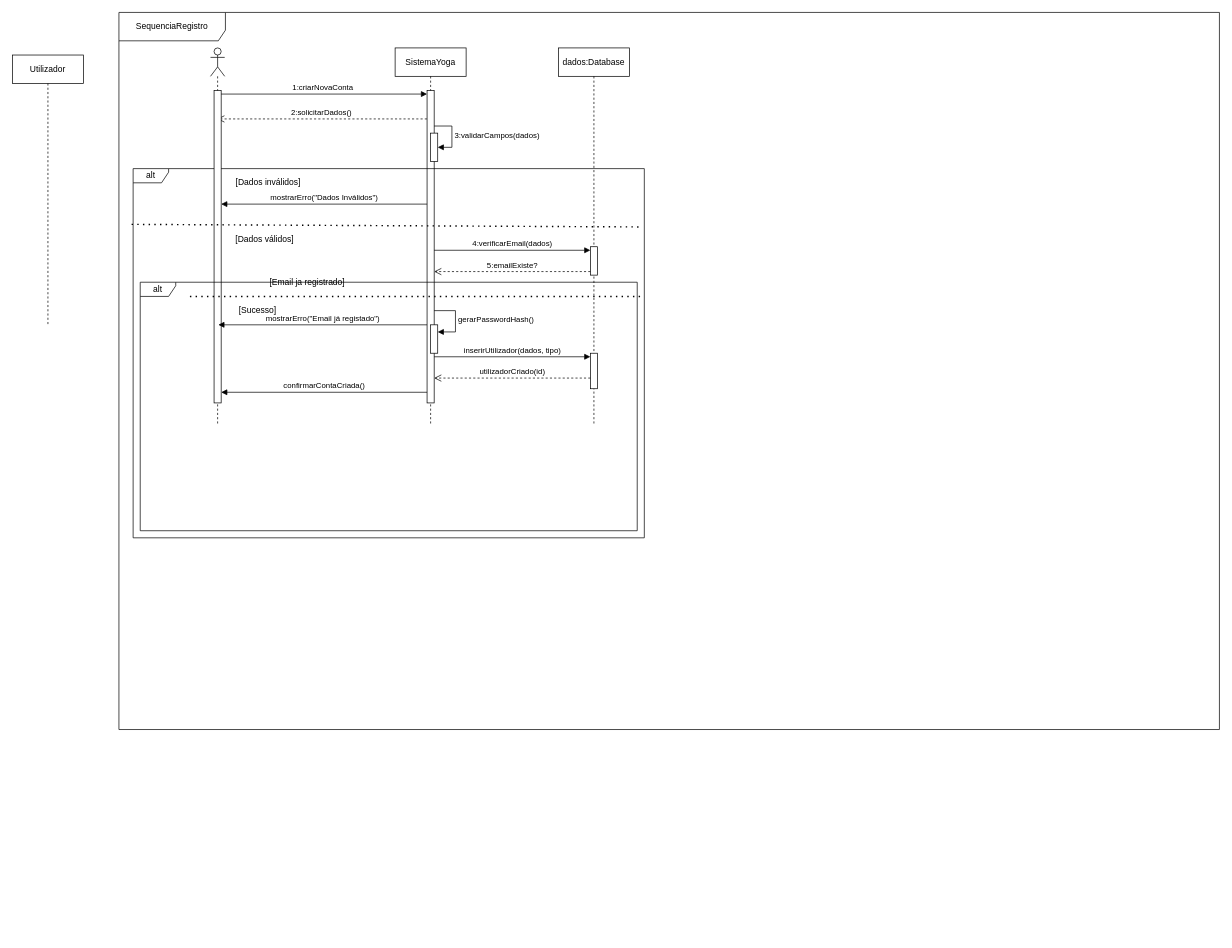
This is page "Sequencia" (4 of 4) of Diagramas UML.drawio from Esmael285/TecWeb26, a draw.io file, before an edit. Source tidied: cells renumbered, new cells numbered last; positions are measured from the earlier drawing's top-left corner, leaving out a move shared by most shapes. Both pictures are drawn from the tidied source at 71%, with x=0, y=0 at pixel (12, 12).
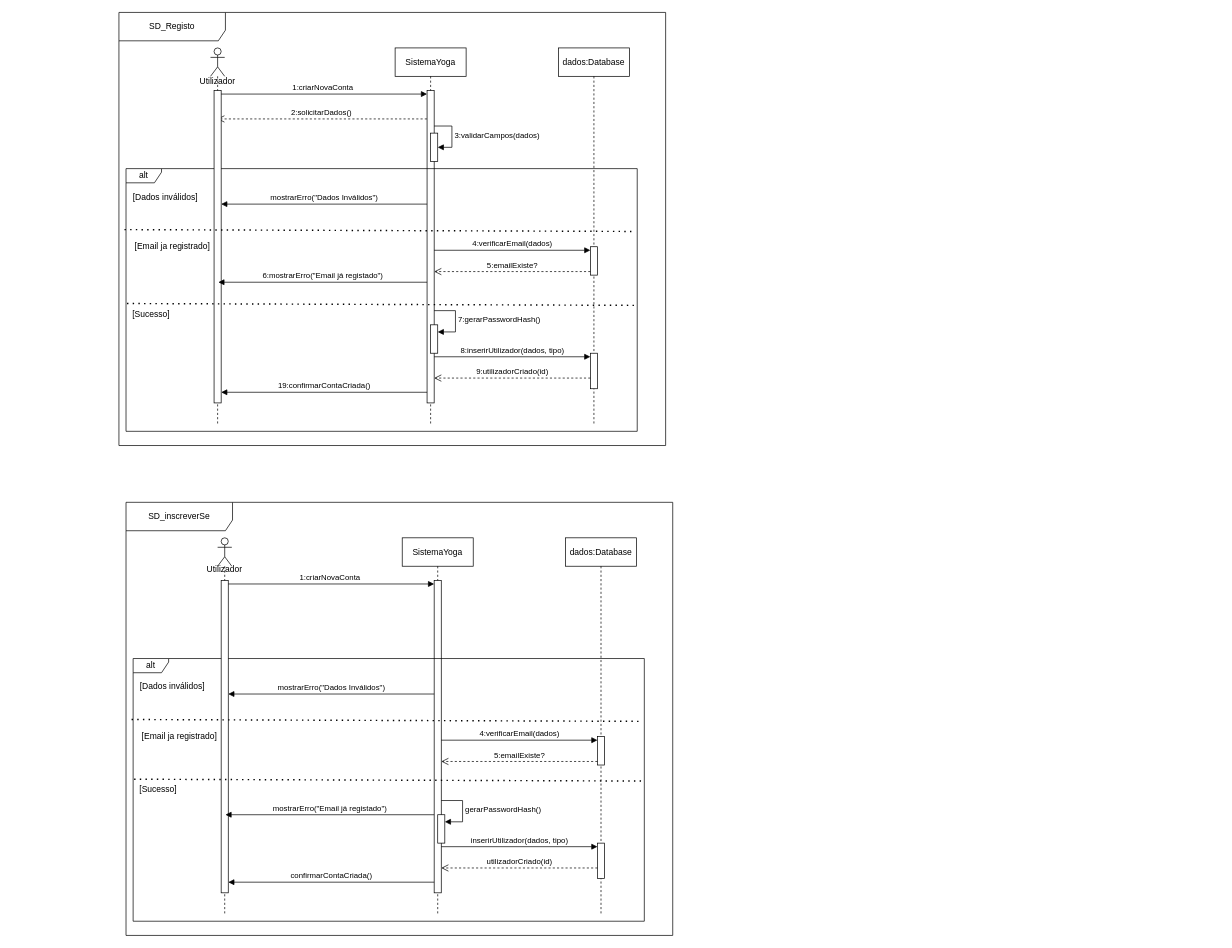
The same page after the edit.

Unchanged cells that the change refers to:
```xml
<mxCell id="4" value="SistemaYoga" style="shape=umlLifeline;perimeter=lifelinePerimeter;whiteSpace=wrap;html=1;newEdgeStyle={&quot;curved&quot;:0,&quot;rounded&quot;:0};" parent="1" vertex="1">
  <mxGeometry x="539" y="50" width="100" height="530" as="geometry" />
</mxCell>
<mxCell id="5" style="html=1;points=[[0,0,0,0,5],[0,1,0,0,-5],[1,0,0,0,5],[1,1,0,0,-5]];perimeter=orthogonalPerimeter;outlineConnect=0;targetShapes=umlLifeline;portConstraint=eastwest;newEdgeStyle={&quot;curved&quot;:0,&quot;rounded&quot;:0};" parent="4" vertex="1">
  <mxGeometry x="45" y="60" width="10" height="440" as="geometry" />
</mxCell>
<mxCell id="8" style="html=1;points=[[0,0,0,0,5],[0,1,0,0,-5],[1,0,0,0,5],[1,1,0,0,-5]];perimeter=orthogonalPerimeter;outlineConnect=0;targetShapes=umlLifeline;portConstraint=eastwest;newEdgeStyle={&quot;curved&quot;:0,&quot;rounded&quot;:0};" parent="4" vertex="1">
  <mxGeometry x="50" y="390" width="10" height="40" as="geometry" />
</mxCell>
<mxCell id="12" style="html=1;points=[[0,0,0,0,5],[0,1,0,0,-5],[1,0,0,0,5],[1,1,0,0,-5]];perimeter=orthogonalPerimeter;outlineConnect=0;targetShapes=umlLifeline;portConstraint=eastwest;newEdgeStyle={&quot;curved&quot;:0,&quot;rounded&quot;:0};" parent="10" vertex="1">
  <mxGeometry x="45" y="430" width="10" height="50" as="geometry" />
</mxCell>
```

Change to the diagram source:
```diff
@@
-    <mxCell id="2" value="SequenciaRegistro" style="shape=umlFrame;whiteSpace=wrap;html=1;width=150;height=40;" parent="1" vertex="1">
-      <mxGeometry x="150" width="1550" height="1010" as="geometry" />
+    <mxCell id="2" value="SD_Registo" style="shape=umlFrame;whiteSpace=wrap;html=1;width=150;height=40;" parent="1" vertex="1">
+      <mxGeometry x="150" width="770" height="610" as="geometry" />
     </mxCell>
-    <mxCell id="3" value="Utilizador" style="shape=umlLifeline;perimeter=lifelinePerimeter;whiteSpace=wrap;html=1;newEdgeStyle={&quot;curved&quot;:0,&quot;rounded&quot;:0};" parent="1" vertex="1">
-      <mxGeometry y="60" width="100" height="380" as="geometry" />
-    </mxCell>
@@
-    <mxCell id="9" value="gerarPasswordHash()" style="html=1;align=left;spacingLeft=2;endArrow=block;rounded=0;edgeStyle=orthogonalEdgeStyle;curved=0;rounded=0;" parent="4" edge="1" target="8">
+    <mxCell id="9" value="7:gerarPasswordHash()" style="html=1;align=left;spacingLeft=2;endArrow=block;rounded=0;edgeStyle=orthogonalEdgeStyle;curved=0;rounded=0;" parent="4" edge="1" target="8">
       <mxGeometry relative="1" as="geometry">
         <mxPoint x="55" y="370" as="sourcePoint" />
         <Array as="points">
           <mxPoint x="85" y="400" />
         </Array>
       </mxGeometry>
     </mxCell>
@@
     <mxCell id="17" value="alt" style="shape=umlFrame;whiteSpace=wrap;html=1;width=50;height=20;" parent="1" vertex="1">
-      <mxGeometry x="170" y="220" width="720" height="520" as="geometry" />
+      <mxGeometry x="160" y="220" width="720" height="370" as="geometry" />
     </mxCell>
-    <mxCell id="18" style="shape=umlLifeline;perimeter=lifelinePerimeter;whiteSpace=wrap;html=1;outlineConnect=0;portConstraint=eastwest;newEdgeStyle={&quot;curved&quot;:0,&quot;rounded&quot;:0};participant=umlActor;size=40;" parent="1" vertex="1">
+    <mxCell id="18" style="shape=umlLifeline;perimeter=lifelinePerimeter;whiteSpace=wrap;html=1;outlineConnect=0;portConstraint=eastwest;newEdgeStyle={&quot;curved&quot;:0,&quot;rounded&quot;:0};participant=umlActor;size=40;align=center;" parent="1" vertex="1">
       <mxGeometry x="279" y="50" width="20" height="530" as="geometry" />
     </mxCell>
@@
     <mxCell id="20" value="[Dados inválidos]" style="text;html=1;whiteSpace=wrap;strokeColor=none;fillColor=none;align=center;verticalAlign=middle;rounded=0;" parent="1" vertex="1">
-      <mxGeometry x="304.5" y="230" width="111" height="20" as="geometry" />
+      <mxGeometry x="160" y="250" width="111" height="20" as="geometry" />
     </mxCell>
@@
-    <mxCell id="22" value="[Dados válidos]" style="text;html=1;whiteSpace=wrap;strokeColor=none;fillColor=none;align=center;verticalAlign=middle;rounded=0;" parent="1" vertex="1">
-      <mxGeometry x="300" y="310" width="111" height="20" as="geometry" />
-    </mxCell>
-    <mxCell id="23" value="mostrarErro(&quot;Email já registado&quot;)" style="html=1;verticalAlign=bottom;endArrow=block;curved=0;rounded=0;" parent="1" edge="1">
+    <mxCell id="23" value="6:mostrarErro(&quot;Email já registado&quot;)" style="html=1;verticalAlign=bottom;endArrow=block;curved=0;rounded=0;" parent="1" edge="1">
       <mxGeometry relative="1" as="geometry">
-        <mxPoint x="584" y="440" as="sourcePoint" />
-        <mxPoint x="290" y="440" as="targetPoint" />
+        <mxPoint x="584" y="380" as="sourcePoint" />
+        <mxPoint x="290" y="380" as="targetPoint" />
       </mxGeometry>
     </mxCell>
-    <mxCell id="24" style="endArrow=none;dashed=1;html=1;dashPattern=1 3;strokeWidth=2;rounded=0;entryX=0.995;entryY=0.158;entryDx=0;entryDy=0;entryPerimeter=0;exitX=-0.003;exitY=0.151;exitDx=0;exitDy=0;exitPerimeter=0;" parent="1" edge="1" source="17" target="17">
-      <mxGeometry relative="1" as="geometry" />
+    <mxCell id="24" style="endArrow=none;dashed=1;html=1;dashPattern=1 3;strokeWidth=2;rounded=0;entryX=0.995;entryY=0.158;entryDx=0;entryDy=0;entryPerimeter=0;exitX=-0.003;exitY=0.151;exitDx=0;exitDy=0;exitPerimeter=0;" parent="1" edge="1">
+      <mxGeometry relative="1" as="geometry">
+        <mxPoint x="157.8" y="305.9" as="sourcePoint" />
+        <mxPoint x="876.4" y="308.5" as="targetPoint" />
+      </mxGeometry>
     </mxCell>
-    <mxCell id="25" style="endArrow=none;dashed=1;html=1;dashPattern=1 3;strokeWidth=2;rounded=0;entryX=1;entryY=0.75;entryDx=0;entryDy=0;entryPerimeter=0;exitX=0;exitY=0.293;exitDx=0;exitDy=0;exitPerimeter=0;" parent="1" edge="1">
-      <mxGeometry relative="1" as="geometry">
-        <mxPoint x="250" y="400" as="sourcePoint" />
-        <mxPoint x="890" y="400" as="targetPoint" />
-      </mxGeometry>
-    </mxCell>
     <mxCell id="26" value="[Sucesso]" style="text;html=1;whiteSpace=wrap;strokeColor=none;fillColor=none;align=center;verticalAlign=middle;rounded=0;" parent="1" vertex="1">
-      <mxGeometry x="290" y="410" width="111" height="20" as="geometry" />
+      <mxGeometry x="140" y="415" width="111" height="20" as="geometry" />
     </mxCell>
-    <mxCell id="27" value="inserirUtilizador(dados, tipo)" style="html=1;verticalAlign=bottom;endArrow=block;curved=0;rounded=0;entryX=0;entryY=0;entryDx=0;entryDy=5;" parent="1" edge="1" source="5" target="12">
+    <mxCell id="27" value="8:inserirUtilizador(dados, tipo)" style="html=1;verticalAlign=bottom;endArrow=block;curved=0;rounded=0;entryX=0;entryY=0;entryDx=0;entryDy=5;" parent="1" edge="1" source="5" target="12">
       <mxGeometry relative="1" as="geometry" />
     </mxCell>
-    <mxCell id="28" value="utilizadorCriado(id)" style="html=1;verticalAlign=bottom;endArrow=open;dashed=1;endSize=8;curved=0;rounded=0;exitX=0;exitY=1;exitDx=0;exitDy=-5;" parent="1" edge="1">
+    <mxCell id="28" value="9:utilizadorCriado(id)" style="html=1;verticalAlign=bottom;endArrow=open;dashed=1;endSize=8;curved=0;rounded=0;exitX=0;exitY=1;exitDx=0;exitDy=-5;" parent="1" edge="1">
       <mxGeometry relative="1" as="geometry">
         <mxPoint x="814" y="515" as="sourcePoint" />
         <mxPoint x="594" y="515" as="targetPoint" />
       </mxGeometry>
     </mxCell>
-    <mxCell id="29" value="confirmarContaCriada()" style="html=1;verticalAlign=bottom;endArrow=block;curved=0;rounded=0;" parent="1" edge="1">
+    <mxCell id="29" value="19:confirmarContaCriada()" style="html=1;verticalAlign=bottom;endArrow=block;curved=0;rounded=0;" parent="1" edge="1">
       <mxGeometry relative="1" as="geometry">
         <mxPoint x="584" y="535" as="sourcePoint" />
         <mxPoint x="294" y="535" as="targetPoint" />
       </mxGeometry>
     </mxCell>
+    <mxCell id="31" value="[Email ja registrado]" style="text;html=1;whiteSpace=wrap;strokeColor=none;fillColor=none;align=center;verticalAlign=middle;rounded=0;" parent="1" vertex="1">
+      <mxGeometry x="170" y="320" width="111" height="20" as="geometry" />
+    </mxCell>
+    <mxCell id="32" style="endArrow=none;dashed=1;html=1;dashPattern=1 3;strokeWidth=2;rounded=0;entryX=0.995;entryY=0.158;entryDx=0;entryDy=0;entryPerimeter=0;exitX=-0.003;exitY=0.151;exitDx=0;exitDy=0;exitPerimeter=0;" parent="1" edge="1">
+      <mxGeometry relative="1" as="geometry">
+        <mxPoint x="161.4" y="410" as="sourcePoint" />
+        <mxPoint x="880" y="412.6" as="targetPoint" />
+      </mxGeometry>
+    </mxCell>
+    <mxCell id="33" value="SD_inscreverSe" style="shape=umlFrame;whiteSpace=wrap;html=1;width=150;height=40;" parent="1" vertex="1">
+      <mxGeometry x="160" y="690" width="770" height="610" as="geometry" />
+    </mxCell>
+    <mxCell id="34" value="SistemaYoga" style="shape=umlLifeline;perimeter=lifelinePerimeter;whiteSpace=wrap;html=1;newEdgeStyle={&quot;curved&quot;:0,&quot;rounded&quot;:0};" parent="1" vertex="1">
+      <mxGeometry x="549" y="740" width="100" height="530" as="geometry" />
+    </mxCell>
+    <mxCell id="35" style="html=1;points=[[0,0,0,0,5],[0,1,0,0,-5],[1,0,0,0,5],[1,1,0,0,-5]];perimeter=orthogonalPerimeter;outlineConnect=0;targetShapes=umlLifeline;portConstraint=eastwest;newEdgeStyle={&quot;curved&quot;:0,&quot;rounded&quot;:0};" parent="34" vertex="1">
+      <mxGeometry x="45" y="60" width="10" height="440" as="geometry" />
+    </mxCell>
+    <mxCell id="36" style="html=1;points=[[0,0,0,0,5],[0,1,0,0,-5],[1,0,0,0,5],[1,1,0,0,-5]];perimeter=orthogonalPerimeter;outlineConnect=0;targetShapes=umlLifeline;portConstraint=eastwest;newEdgeStyle={&quot;curved&quot;:0,&quot;rounded&quot;:0};" parent="34" vertex="1">
+      <mxGeometry x="50" y="390" width="10" height="40" as="geometry" />
+    </mxCell>
+    <mxCell id="37" value="gerarPasswordHash()" style="html=1;align=left;spacingLeft=2;endArrow=block;rounded=0;edgeStyle=orthogonalEdgeStyle;curved=0;rounded=0;" parent="34" edge="1" target="36">
+      <mxGeometry relative="1" as="geometry">
+        <mxPoint x="55" y="370" as="sourcePoint" />
+        <Array as="points">
+          <mxPoint x="85" y="400" />
+        </Array>
+      </mxGeometry>
+    </mxCell>
+    <mxCell id="38" value="dados:Database" style="shape=umlLifeline;perimeter=lifelinePerimeter;whiteSpace=wrap;html=1;newEdgeStyle={&quot;curved&quot;:0,&quot;rounded&quot;:0};" parent="1" vertex="1">
+      <mxGeometry x="779" y="740" width="100" height="530" as="geometry" />
+    </mxCell>
+    <mxCell id="39" style="html=1;points=[[0,0,0,0,5],[0,1,0,0,-5],[1,0,0,0,5],[1,1,0,0,-5]];perimeter=orthogonalPerimeter;outlineConnect=0;targetShapes=umlLifeline;portConstraint=eastwest;newEdgeStyle={&quot;curved&quot;:0,&quot;rounded&quot;:0};" parent="38" vertex="1">
+      <mxGeometry x="45" y="280" width="10" height="40" as="geometry" />
+    </mxCell>
+    <mxCell id="40" style="html=1;points=[[0,0,0,0,5],[0,1,0,0,-5],[1,0,0,0,5],[1,1,0,0,-5]];perimeter=orthogonalPerimeter;outlineConnect=0;targetShapes=umlLifeline;portConstraint=eastwest;newEdgeStyle={&quot;curved&quot;:0,&quot;rounded&quot;:0};" parent="38" vertex="1">
+      <mxGeometry x="45" y="430" width="10" height="50" as="geometry" />
+    </mxCell>
+    <mxCell id="41" value="1:criarNovaConta" style="html=1;verticalAlign=bottom;endArrow=block;curved=0;rounded=0;entryX=0;entryY=0;entryDx=0;entryDy=5;" parent="1" edge="1" source="44" target="35">
+      <mxGeometry relative="1" as="geometry" />
+    </mxCell>
+    <mxCell id="42" value="4:verificarEmail(dados)" style="html=1;verticalAlign=bottom;endArrow=block;curved=0;rounded=0;entryX=0;entryY=0;entryDx=0;entryDy=5;" parent="1" edge="1" source="35" target="39">
+      <mxGeometry relative="1" as="geometry" />
+    </mxCell>
+    <mxCell id="43" value="5:emailExiste?" style="html=1;verticalAlign=bottom;endArrow=open;dashed=1;endSize=8;curved=0;rounded=0;exitX=0;exitY=1;exitDx=0;exitDy=-5;exitPerimeter=0;" parent="1" edge="1" source="39" target="35">
+      <mxGeometry relative="1" as="geometry" />
+    </mxCell>
     <mxCell id="30" value="alt" style="shape=umlFrame;whiteSpace=wrap;html=1;width=50;height=20;" parent="1" vertex="1">
-      <mxGeometry x="180" y="380" width="700" height="350" as="geometry" />
+      <mxGeometry x="170" y="910" width="720" height="370" as="geometry" />
     </mxCell>
-    <mxCell id="31" value="[Email ja registrado]" style="text;html=1;whiteSpace=wrap;strokeColor=none;fillColor=none;align=center;verticalAlign=middle;rounded=0;" parent="1" vertex="1">
-      <mxGeometry x="360" y="370" width="111" height="20" as="geometry" />
-    </mxCell>
+    <mxCell id="44" style="shape=umlLifeline;perimeter=lifelinePerimeter;whiteSpace=wrap;html=1;outlineConnect=0;portConstraint=eastwest;newEdgeStyle={&quot;curved&quot;:0,&quot;rounded&quot;:0};participant=umlActor;size=40;align=center;" parent="1" vertex="1">
+      <mxGeometry x="289" y="740" width="20" height="530" as="geometry" />
+    </mxCell>
+    <mxCell id="45" style="html=1;points=[[0,0,0,0,5],[0,1,0,0,-5],[1,0,0,0,5],[1,1,0,0,-5]];perimeter=orthogonalPerimeter;outlineConnect=0;targetShapes=umlLifeline;portConstraint=eastwest;newEdgeStyle={&quot;curved&quot;:0,&quot;rounded&quot;:0};" parent="44" vertex="1">
+      <mxGeometry x="5" y="60" width="10" height="440" as="geometry" />
+    </mxCell>
+    <mxCell id="46" value="[Dados inválidos]" style="text;html=1;whiteSpace=wrap;strokeColor=none;fillColor=none;align=center;verticalAlign=middle;rounded=0;" parent="1" vertex="1">
+      <mxGeometry x="170" y="940" width="111" height="20" as="geometry" />
+    </mxCell>
+    <mxCell id="47" value="mostrarErro(&quot;Dados Inválidos&quot;)" style="html=1;verticalAlign=bottom;endArrow=block;curved=0;rounded=0;" parent="1" edge="1" target="45">
+      <mxGeometry relative="1" as="geometry">
+        <mxPoint x="594" y="960" as="sourcePoint" />
+      </mxGeometry>
+    </mxCell>
+    <mxCell id="48" value="mostrarErro(&quot;Email já registado&quot;)" style="html=1;verticalAlign=bottom;endArrow=block;curved=0;rounded=0;" parent="1" edge="1">
+      <mxGeometry relative="1" as="geometry">
+        <mxPoint x="594" y="1130" as="sourcePoint" />
+        <mxPoint x="300" y="1130" as="targetPoint" />
+      </mxGeometry>
+    </mxCell>
+    <mxCell id="49" style="endArrow=none;dashed=1;html=1;dashPattern=1 3;strokeWidth=2;rounded=0;entryX=0.995;entryY=0.158;entryDx=0;entryDy=0;entryPerimeter=0;exitX=-0.003;exitY=0.151;exitDx=0;exitDy=0;exitPerimeter=0;" parent="1" edge="1">
+      <mxGeometry relative="1" as="geometry">
+        <mxPoint x="167.8" y="995.9" as="sourcePoint" />
+        <mxPoint x="886.4" y="998.5" as="targetPoint" />
+      </mxGeometry>
+    </mxCell>
+    <mxCell id="50" value="[Sucesso]" style="text;html=1;whiteSpace=wrap;strokeColor=none;fillColor=none;align=center;verticalAlign=middle;rounded=0;" parent="1" vertex="1">
+      <mxGeometry x="150" y="1085" width="111" height="20" as="geometry" />
+    </mxCell>
+    <mxCell id="51" value="inserirUtilizador(dados, tipo)" style="html=1;verticalAlign=bottom;endArrow=block;curved=0;rounded=0;entryX=0;entryY=0;entryDx=0;entryDy=5;" parent="1" edge="1" source="35" target="40">
+      <mxGeometry relative="1" as="geometry" />
+    </mxCell>
+    <mxCell id="52" value="utilizadorCriado(id)" style="html=1;verticalAlign=bottom;endArrow=open;dashed=1;endSize=8;curved=0;rounded=0;exitX=0;exitY=1;exitDx=0;exitDy=-5;" parent="1" edge="1">
+      <mxGeometry relative="1" as="geometry">
+        <mxPoint x="824" y="1205" as="sourcePoint" />
+        <mxPoint x="604" y="1205" as="targetPoint" />
+      </mxGeometry>
+    </mxCell>
+    <mxCell id="53" value="confirmarContaCriada()" style="html=1;verticalAlign=bottom;endArrow=block;curved=0;rounded=0;" parent="1" edge="1">
+      <mxGeometry relative="1" as="geometry">
+        <mxPoint x="594" y="1225" as="sourcePoint" />
+        <mxPoint x="304" y="1225" as="targetPoint" />
+      </mxGeometry>
+    </mxCell>
+    <mxCell id="54" value="[Email ja registrado]" style="text;html=1;whiteSpace=wrap;strokeColor=none;fillColor=none;align=center;verticalAlign=middle;rounded=0;" parent="1" vertex="1">
+      <mxGeometry x="180" y="1010" width="111" height="20" as="geometry" />
+    </mxCell>
+    <mxCell id="55" style="endArrow=none;dashed=1;html=1;dashPattern=1 3;strokeWidth=2;rounded=0;entryX=0.995;entryY=0.158;entryDx=0;entryDy=0;entryPerimeter=0;exitX=-0.003;exitY=0.151;exitDx=0;exitDy=0;exitPerimeter=0;" parent="1" edge="1">
+      <mxGeometry relative="1" as="geometry">
+        <mxPoint x="171.4" y="1080" as="sourcePoint" />
+        <mxPoint x="890" y="1082.6" as="targetPoint" />
+      </mxGeometry>
+    </mxCell>
+    <mxCell id="56" value="Utilizador" style="text;html=1;whiteSpace=wrap;strokeColor=none;fillColor=none;align=center;verticalAlign=middle;rounded=0;" parent="1" vertex="1">
+      <mxGeometry x="259" y="83" width="60" height="30" as="geometry" />
+    </mxCell>
+    <mxCell id="57" value="Utilizador" style="text;html=1;whiteSpace=wrap;strokeColor=none;fillColor=none;align=center;verticalAlign=middle;rounded=0;" parent="1" vertex="1">
+      <mxGeometry x="269" y="770" width="60" height="30" as="geometry" />
+    </mxCell>
```
